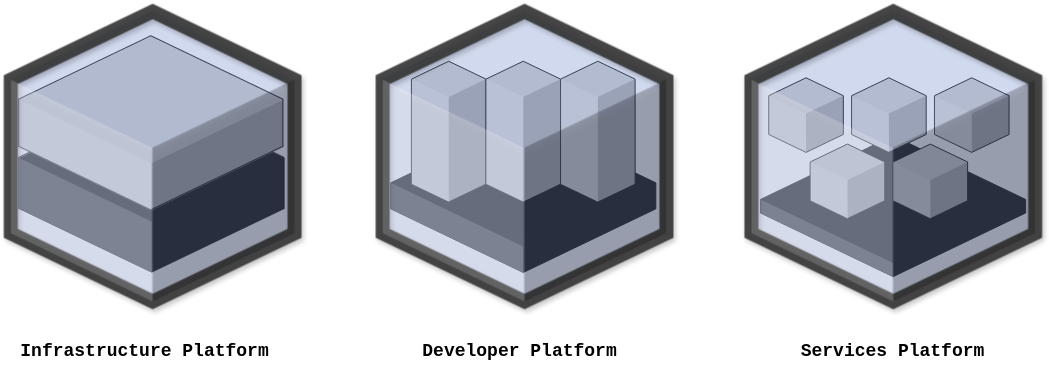
platformspec/site keeps this draw.io diagram as public/PlatformTypes-light.drawio.png. Above is the earlier version. Source tidied: cells renumbered, new cells last; positions are measured from the earlier drawing's top-left corner, leaving out a move shared by most shapes.
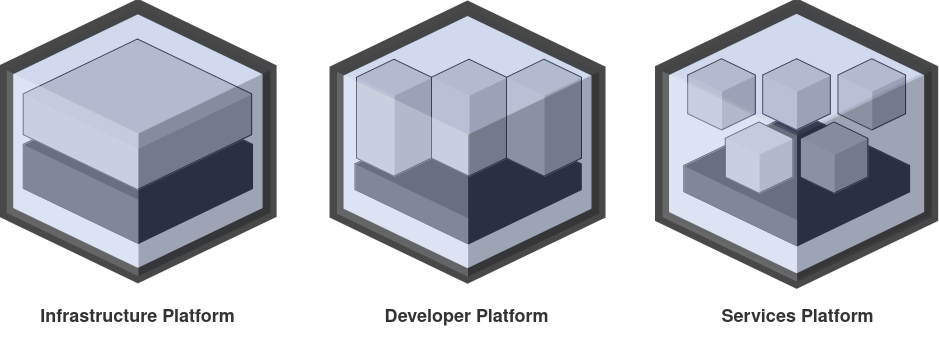
Later version of the same file.

Commit message:
Platform Types infographic update

Diff of the diagram source:
```diff
@@ -2,77 +2,74 @@
   <root>
     <mxCell id="0" />
     <mxCell id="1" parent="0" />
-    <mxCell id="2" value="Services Platform" style="text;html=1;align=center;verticalAlign=middle;strokeColor=none;fillColor=none;fontFamily=Courier New;rotation=0;fontStyle=1;fontSize=18;arcSize=12;rounded=0;shadow=0;textShadow=0;" parent="1" vertex="1">
-      <mxGeometry x="778.2" y="320" width="210" height="40" as="geometry" />
-    </mxCell>
-    <mxCell id="3" value="Developer Platform" style="text;html=1;align=center;verticalAlign=middle;strokeColor=none;fillColor=none;fontFamily=Courier New;rotation=0;fontStyle=1;fontSize=18;arcSize=12;rounded=0;shadow=0;textShadow=0;" parent="1" vertex="1">
-      <mxGeometry x="399.6" y="320" width="220" height="40" as="geometry" />
-    </mxCell>
-    <mxCell id="4" value="Infrastructure Platform" style="text;html=1;align=center;verticalAlign=middle;strokeColor=none;fillColor=none;fontFamily=Courier New;rotation=0;fontStyle=1;fontSize=18;arcSize=12;rounded=0;shadow=0;textShadow=0;" parent="1" vertex="1">
-      <mxGeometry y="320" width="270" height="40" as="geometry" />
+    <mxCell id="4" value="&lt;font face=&quot;Helvetica&quot;&gt;Infrastructure Platform&lt;/font&gt;" style="text;html=1;align=center;verticalAlign=middle;strokeColor=none;fillColor=none;fontFamily=Courier New;rotation=0;fontStyle=1;fontSize=18;arcSize=12;rounded=0;shadow=0;textShadow=0;fontColor=#333333;" parent="1" vertex="1">
+      <mxGeometry x="42.5" y="96.1" width="200" height="40" as="geometry" />
     </mxCell>
-    <mxCell id="5" style="group;" parent="1" vertex="1">
-      <mxGeometry width="285.1" height="290" as="geometry" />
-    </mxCell>
-    <mxCell id="6" style="verticalLabelPosition=bottom;verticalAlign=top;html=1;shape=mxgraph.infographic.shadedCube;isoAngle=15;fillColor=#000000;strokeColor=default;" parent="5" vertex="1">
-      <mxGeometry x="9.8" y="82.9" width="265.1" height="178.1" as="geometry" />
+    <mxCell id="6" style="verticalLabelPosition=bottom;verticalAlign=top;html=1;shape=mxgraph.infographic.shadedCube;isoAngle=15;fillColor=#000000;strokeColor=default;shadow=0;" parent="1" vertex="1">
+      <mxGeometry x="28.3" y="-111.8" width="229.3" height="154" as="geometry" />
     </mxCell>
-    <mxCell id="7" style="verticalLabelPosition=bottom;verticalAlign=top;html=1;shape=mxgraph.infographic.shadedCube;isoAngle=15;fillColor=#CCCCCC;strokeColor=default;" parent="5" vertex="1">
-      <mxGeometry x="9.8" y="24.9" width="264.1" height="174" as="geometry" />
+    <mxCell id="7" style="verticalLabelPosition=bottom;verticalAlign=top;html=1;shape=mxgraph.infographic.shadedCube;isoAngle=15;fillColor=#CCCCCC;strokeColor=default;shadow=0;" parent="1" vertex="1">
+      <mxGeometry x="28.3" y="-162" width="228.4" height="150.5" as="geometry" />
     </mxCell>
-    <mxCell id="8" style="verticalLabelPosition=bottom;verticalAlign=top;html=1;shape=mxgraph.infographic.shadedCube;isoAngle=15;fillColor=#8CA1D8;strokeColor=none;fillOpacity=100;strokeWidth=5;perimeterSpacing=0;opacity=40;shadow=0;fillStyle=auto;gradientColor=none;" parent="5" vertex="1">
-      <mxGeometry width="283.8" height="290" as="geometry" />
-    </mxCell>
+    <mxCell id="24" style="verticalLabelPosition=bottom;verticalAlign=top;html=1;shape=mxgraph.infographic.shadedCube;isoAngle=15;fillColor=#8CA1D8;strokeColor=none;fillOpacity=100;strokeWidth=5;perimeterSpacing=0;opacity=40;shadow=0;gradientColor=none;" parent="1" vertex="1">
+      <mxGeometry x="11.2" y="-194.5" width="263.4" height="269.2" as="geometry" />
+    </mxCell>
-    <mxCell id="9" style="verticalLabelPosition=bottom;verticalAlign=top;html=1;shape=mxgraph.infographic.shadedCube;isoAngle=15;fillOpacity=100;strokeWidth=14;perimeterSpacing=0;opacity=90;shadow=1;fillStyle=auto;fillColor=none;strokeColor=#333333;" parent="5" vertex="1">
-      <mxGeometry x="1.3" width="283.8" height="290" as="geometry" />
+    <mxCell id="9" style="verticalLabelPosition=bottom;verticalAlign=top;html=1;shape=mxgraph.infographic.shadedCube;isoAngle=15;fillOpacity=100;strokeWidth=14;perimeterSpacing=0;opacity=90;shadow=0;fillStyle=auto;fillColor=none;strokeColor=#333333;" parent="1" vertex="1">
+      <mxGeometry x="11.2" y="-194.5" width="263.4" height="269.2" as="geometry" />
     </mxCell>
-    <mxCell id="10" style="group;" parent="1" vertex="1">
-      <mxGeometry x="371.9" width="285.1" height="290" as="geometry" />
-    </mxCell>
+    <mxCell id="3" value="&lt;font face=&quot;Helvetica&quot;&gt;Developer Platform&lt;/font&gt;" style="text;html=1;align=center;verticalAlign=middle;strokeColor=none;fillColor=none;fontFamily=Courier New;rotation=0;fontStyle=1;fontSize=18;arcSize=12;rounded=0;shadow=0;textShadow=0;fontColor=#333333;" parent="1" vertex="1">
+      <mxGeometry x="381.2" y="96.1" width="180" height="40" as="geometry" />
+    </mxCell>
+    <mxCell id="26" style="group;shadow=0;" parent="1" vertex="1">
+      <mxGeometry x="360" y="-141.9" width="244.1" height="221.5" as="geometry" />
+    </mxCell>
-    <mxCell id="11" style="verticalLabelPosition=bottom;verticalAlign=top;html=1;shape=mxgraph.infographic.shadedCube;isoAngle=15;fillColor=#000000;strokeColor=default;" parent="10" vertex="1">
-      <mxGeometry x="9.3" y="107.7" width="265.1" height="153.3" as="geometry" />
+    <mxCell id="11" style="verticalLabelPosition=bottom;verticalAlign=top;html=1;shape=mxgraph.infographic.shadedCube;isoAngle=15;fillColor=#000000;strokeColor=default;shadow=0;" parent="26" vertex="1">
+      <mxGeometry y="50.3" width="226.1" height="134.2" as="geometry" />
     </mxCell>
-    <mxCell id="12" style="verticalLabelPosition=bottom;verticalAlign=top;html=1;shape=mxgraph.infographic.shadedCube;isoAngle=15;fillColor=#CCCCCC;strokeColor=default;" parent="10" vertex="1">
-      <mxGeometry x="30" y="49.7" width="74.6" height="140.9" as="geometry" />
+    <mxCell id="12" style="verticalLabelPosition=bottom;verticalAlign=top;html=1;shape=mxgraph.infographic.shadedCube;isoAngle=15;fillColor=#CCCCCC;strokeColor=default;shadow=0;" parent="26" vertex="1">
+      <mxGeometry x="1.5" width="75" height="116.8" as="geometry" />
     </mxCell>
-    <mxCell id="13" style="verticalLabelPosition=bottom;verticalAlign=top;html=1;shape=mxgraph.infographic.shadedCube;isoAngle=15;fillColor=#CCCCCC;strokeColor=default;" parent="10" vertex="1">
-      <mxGeometry x="104.6" y="49.7" width="74.6" height="140.9" as="geometry" />
-    </mxCell>
-    <mxCell id="14" style="verticalLabelPosition=bottom;verticalAlign=top;html=1;shape=mxgraph.infographic.shadedCube;isoAngle=15;fillColor=#CCCCCC;strokeColor=default;" parent="10" vertex="1">
-      <mxGeometry x="179.2" y="49.7" width="74.6" height="140.9" as="geometry" />
-    </mxCell>
-    <mxCell id="15" style="verticalLabelPosition=bottom;verticalAlign=top;html=1;shape=mxgraph.infographic.shadedCube;isoAngle=15;fillColor=#8CA1D8;strokeColor=none;fillOpacity=100;strokeWidth=5;perimeterSpacing=0;opacity=40;shadow=0;gradientColor=none;" parent="10" vertex="1">
-      <mxGeometry width="283.8" height="290" as="geometry" />
-    </mxCell>
-    <mxCell id="16" style="verticalLabelPosition=bottom;verticalAlign=top;html=1;shape=mxgraph.infographic.shadedCube;isoAngle=15;fillOpacity=100;strokeWidth=14;perimeterSpacing=0;opacity=90;shadow=1;fillColor=none;strokeColor=#333333;" parent="10" vertex="1">
-      <mxGeometry x="1.3" width="283.8" height="290" as="geometry" />
-    </mxCell>
-    <mxCell id="17" style="group;" parent="1" vertex="1">
-      <mxGeometry x="740.6" width="285.1" height="290" as="geometry" />
-    </mxCell>
+    <mxCell id="27" style="verticalLabelPosition=bottom;verticalAlign=top;html=1;shape=mxgraph.infographic.shadedCube;isoAngle=15;fillColor=#CCCCCC;strokeColor=default;shadow=0;" parent="26" vertex="1">
+      <mxGeometry x="76.5" width="75" height="116.8" as="geometry" />
+    </mxCell>
+    <mxCell id="28" style="verticalLabelPosition=bottom;verticalAlign=top;html=1;shape=mxgraph.infographic.shadedCube;isoAngle=15;fillColor=#CCCCCC;strokeColor=default;shadow=0;" parent="26" vertex="1">
+      <mxGeometry x="151.4" width="75" height="116.8" as="geometry" />
+    </mxCell>
+    <mxCell id="29" style="verticalLabelPosition=bottom;verticalAlign=top;html=1;shape=mxgraph.infographic.shadedCube;isoAngle=15;fillColor=#8CA1D8;strokeColor=none;fillOpacity=100;strokeWidth=5;perimeterSpacing=0;opacity=40;shadow=0;gradientColor=none;" parent="26" vertex="1">
+      <mxGeometry x="-18" y="-50.9" width="262" height="267.8" as="geometry" />
+    </mxCell>
+    <mxCell id="30" style="verticalLabelPosition=bottom;verticalAlign=top;html=1;shape=mxgraph.infographic.shadedCube;isoAngle=15;fillOpacity=100;strokeWidth=14;perimeterSpacing=0;opacity=90;shadow=0;fillStyle=auto;fillColor=none;strokeColor=#333333;" parent="26" vertex="1">
+      <mxGeometry x="-18.5" y="-50.9" width="262" height="267.8" as="geometry" />
+    </mxCell>
+    <mxCell id="2" value="&lt;font face=&quot;Helvetica&quot;&gt;Services Platform&lt;/font&gt;" style="text;html=1;align=center;verticalAlign=middle;strokeColor=none;fillColor=none;fontFamily=Courier New;rotation=0;fontStyle=1;fontSize=18;arcSize=12;rounded=0;shadow=0;textShadow=0;fontColor=#333333;" parent="1" vertex="1">
+      <mxGeometry x="721.6" y="96.1" width="160" height="40" as="geometry" />
+    </mxCell>
+    <mxCell id="31" style="group;" parent="1" vertex="1">
+      <mxGeometry x="667" y="-197.9" width="269.2" height="278" as="geometry" />
+    </mxCell>
-    <mxCell id="18" style="verticalLabelPosition=bottom;verticalAlign=top;html=1;shape=mxgraph.infographic.shadedCube;isoAngle=15;fillColor=#000000;strokeColor=default;" parent="17" vertex="1">
-      <mxGeometry x="10.4" y="124.3" width="265.1" height="140.9" as="geometry" />
+    <mxCell id="18" style="verticalLabelPosition=bottom;verticalAlign=top;html=1;shape=mxgraph.infographic.shadedCube;isoAngle=15;fillColor=#000000;strokeColor=default;shadow=0;" parent="31" vertex="1">
+      <mxGeometry x="21.7" y="108.1" width="225.8" height="134.5" as="geometry" />
     </mxCell>
-    <mxCell id="19" style="verticalLabelPosition=bottom;verticalAlign=top;html=1;shape=mxgraph.infographic.shadedCube;isoAngle=15;fillColor=#CCCCCC;strokeColor=default;" parent="17" vertex="1">
-      <mxGeometry x="18.6" y="66.3" width="74.6" height="74.6" as="geometry" />
+    <mxCell id="19" style="verticalLabelPosition=bottom;verticalAlign=top;html=1;shape=mxgraph.infographic.shadedCube;isoAngle=15;fillColor=#CCCCCC;strokeColor=default;shadow=0;" parent="31" vertex="1">
+      <mxGeometry x="25.7" y="55.6" width="67.6" height="71.1" as="geometry" />
     </mxCell>
-    <mxCell id="20" style="verticalLabelPosition=bottom;verticalAlign=top;html=1;shape=mxgraph.infographic.shadedCube;isoAngle=15;fillColor=#CCCCCC;strokeColor=default;" parent="17" vertex="1">
-      <mxGeometry x="101.5" y="66.3" width="74.6" height="74.6" as="geometry" />
+    <mxCell id="20" style="verticalLabelPosition=bottom;verticalAlign=top;html=1;shape=mxgraph.infographic.shadedCube;isoAngle=15;fillColor=#CCCCCC;strokeColor=default;shadow=0;" parent="31" vertex="1">
+      <mxGeometry x="100.8" y="55.6" width="67.6" height="71.1" as="geometry" />
     </mxCell>
-    <mxCell id="21" style="verticalLabelPosition=bottom;verticalAlign=top;html=1;shape=mxgraph.infographic.shadedCube;isoAngle=15;fillColor=#CCCCCC;strokeColor=default;" parent="17" vertex="1">
-      <mxGeometry x="60.1" y="132.6" width="74.6" height="74.6" as="geometry" />
+    <mxCell id="21" style="verticalLabelPosition=bottom;verticalAlign=top;html=1;shape=mxgraph.infographic.shadedCube;isoAngle=15;fillColor=#CCCCCC;strokeColor=default;shadow=0;" parent="31" vertex="1">
+      <mxGeometry x="63.3" y="118.8" width="67.6" height="71.1" as="geometry" />
     </mxCell>
-    <mxCell id="22" style="verticalLabelPosition=bottom;verticalAlign=top;html=1;shape=mxgraph.infographic.shadedCube;isoAngle=15;fillColor=#CCCCCC;strokeColor=default;" parent="17" vertex="1">
-      <mxGeometry x="184.4" y="66.3" width="74.6" height="74.6" as="geometry" />
+    <mxCell id="22" style="verticalLabelPosition=bottom;verticalAlign=top;html=1;shape=mxgraph.infographic.shadedCube;isoAngle=15;fillColor=#CCCCCC;strokeColor=default;shadow=0;" parent="31" vertex="1">
+      <mxGeometry x="175.9" y="55.6" width="67.6" height="71.1" as="geometry" />
     </mxCell>
-    <mxCell id="23" style="verticalLabelPosition=bottom;verticalAlign=top;html=1;shape=mxgraph.infographic.shadedCube;isoAngle=15;fillColor=#CCCCCC;strokeColor=default;" parent="17" vertex="1">
-      <mxGeometry x="142.9" y="132.6" width="74.6" height="74.6" as="geometry" />
+    <mxCell id="23" style="verticalLabelPosition=bottom;verticalAlign=top;html=1;shape=mxgraph.infographic.shadedCube;isoAngle=15;fillColor=#CCCCCC;strokeColor=default;shadow=0;" parent="31" vertex="1">
+      <mxGeometry x="138.4" y="118.8" width="67.6" height="71.1" as="geometry" />
     </mxCell>
-    <mxCell id="24" style="verticalLabelPosition=bottom;verticalAlign=top;html=1;shape=mxgraph.infographic.shadedCube;isoAngle=15;fillColor=#8CA1D8;strokeColor=none;fillOpacity=100;strokeWidth=5;perimeterSpacing=0;opacity=40;shadow=0;gradientColor=none;" parent="17" vertex="1">
-      <mxGeometry width="283.8" height="290" as="geometry" />
-    </mxCell>
-    <mxCell id="25" style="verticalLabelPosition=bottom;verticalAlign=top;html=1;shape=mxgraph.infographic.shadedCube;isoAngle=15;fillOpacity=100;strokeWidth=14;perimeterSpacing=0;opacity=90;shadow=1;fillColor=none;strokeColor=#333333;" parent="17" vertex="1">
-      <mxGeometry x="1.3" width="283.8" height="290" as="geometry" />
-    </mxCell>
+    <mxCell id="32" style="verticalLabelPosition=bottom;verticalAlign=top;html=1;shape=mxgraph.infographic.shadedCube;isoAngle=15;fillColor=#8CA1D8;strokeColor=none;fillOpacity=100;strokeWidth=5;perimeterSpacing=0;opacity=40;shadow=0;gradientColor=none;" parent="31" vertex="1">
+      <mxGeometry width="269.2" height="275.1" as="geometry" />
+    </mxCell>
+    <mxCell id="33" style="verticalLabelPosition=bottom;verticalAlign=top;html=1;shape=mxgraph.infographic.shadedCube;isoAngle=15;fillOpacity=100;strokeWidth=14;perimeterSpacing=0;opacity=90;shadow=0;fillStyle=auto;fillColor=none;strokeColor=#333333;" parent="31" vertex="1">
+      <mxGeometry y="3" width="269.2" height="275.1" as="geometry" />
+    </mxCell>
   </root>
 </mxGraphModel>
```
